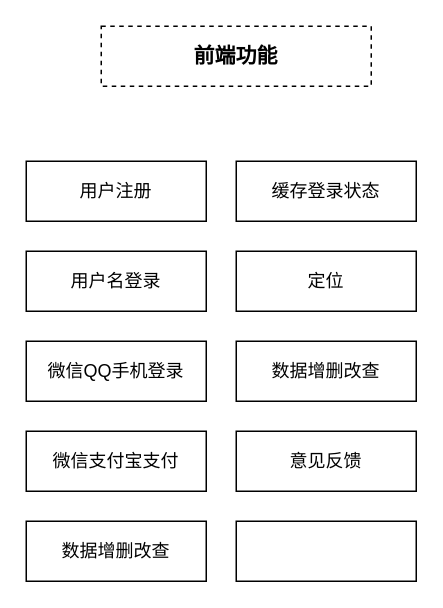
Before: 前端功能.drawio in 8230459/drawio, a draw.io diagram. Source tidied: cells renumbered, new cells numbered last; positions are measured from the earlier drawing's top-left corner, leaving out a move shared by most shapes. Both pictures are drawn from the tidied source at 150%, with x=0, y=0 at pixel (26, 26).
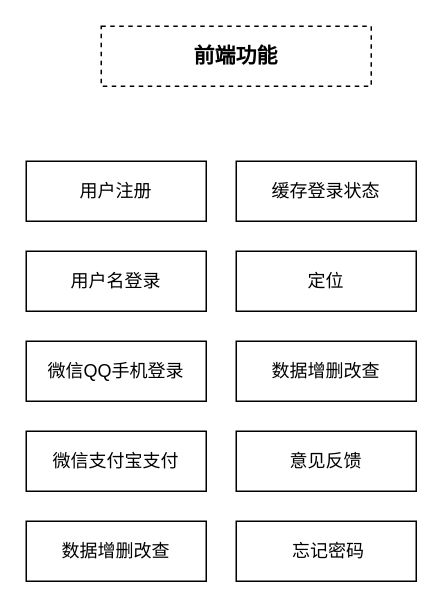
The same diagram, later.

What changed in the source:
```diff
@@
 <mxGraphModel>
   <root>
     <mxCell id="0" />
     <mxCell id="1" parent="0" />
     <mxCell id="2" value="前端功能" style="rounded=0;whiteSpace=wrap;html=1;fontStyle=1;fontSize=14;dashed=1;" parent="1" vertex="1">
       <mxGeometry x="50" width="180" height="40" as="geometry" />
     </mxCell>
     <mxCell id="3" value="用户注册" style="rounded=0;whiteSpace=wrap;html=1;" parent="1" vertex="1">
       <mxGeometry y="90" width="120" height="40" as="geometry" />
     </mxCell>
     <mxCell id="4" value="用户名登录" style="rounded=0;whiteSpace=wrap;html=1;" parent="1" vertex="1">
       <mxGeometry y="150" width="120" height="40" as="geometry" />
     </mxCell>
     <mxCell id="5" value="微信QQ手机登录" style="rounded=0;whiteSpace=wrap;html=1;" parent="1" vertex="1">
       <mxGeometry y="210" width="120" height="40" as="geometry" />
     </mxCell>
     <mxCell id="6" value="微信支付宝支付" style="rounded=0;whiteSpace=wrap;html=1;" parent="1" vertex="1">
       <mxGeometry y="270" width="120" height="40" as="geometry" />
     </mxCell>
     <mxCell id="7" value="数据增删改查" style="rounded=0;whiteSpace=wrap;html=1;" parent="1" vertex="1">
       <mxGeometry y="330" width="120" height="40" as="geometry" />
     </mxCell>
-    <mxCell id="8" style="rounded=0;whiteSpace=wrap;html=1;" parent="1" vertex="1">
+    <mxCell id="8" value="&amp;nbsp;忘记密码" style="rounded=0;whiteSpace=wrap;html=1;" parent="1" vertex="1">
       <mxGeometry x="140" y="330" width="120" height="40" as="geometry" />
     </mxCell>
     <mxCell id="9" value="缓存登录状态" style="rounded=0;whiteSpace=wrap;html=1;" parent="1" vertex="1">
       <mxGeometry x="140" y="90" width="120" height="40" as="geometry" />
     </mxCell>
     <mxCell id="10" value="定位" style="rounded=0;whiteSpace=wrap;html=1;" parent="1" vertex="1">
       <mxGeometry x="140" y="150" width="120" height="40" as="geometry" />
     </mxCell>
     <mxCell id="11" value="数据增删改查" style="rounded=0;whiteSpace=wrap;html=1;" parent="1" vertex="1">
       <mxGeometry x="140" y="210" width="120" height="40" as="geometry" />
     </mxCell>
     <mxCell id="12" value="意见反馈" style="rounded=0;whiteSpace=wrap;html=1;" parent="1" vertex="1">
       <mxGeometry x="140" y="270" width="120" height="40" as="geometry" />
     </mxCell>
   </root>
 </mxGraphModel>
```
